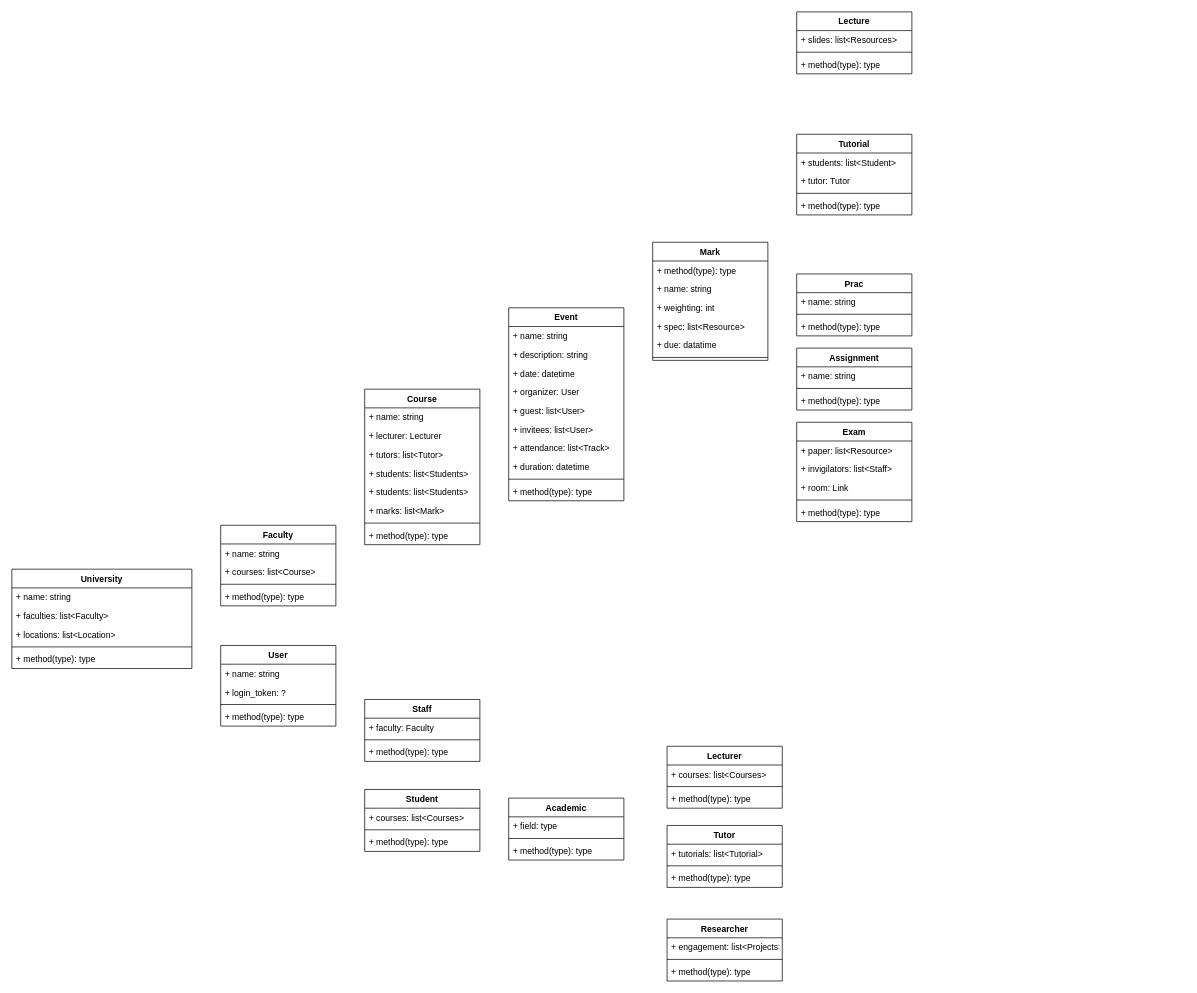
The draw.io diagram code/gpr.drawio in FaizAther/GPR-Analytics, before the edit. Source tidied: cells renumbered, new cells numbered last; positions are measured from the earlier drawing's top-left corner, leaving out a move shared by most shapes. Both pictures are drawn from the tidied source at 72%, with x=0, y=0 at pixel (12, 12).
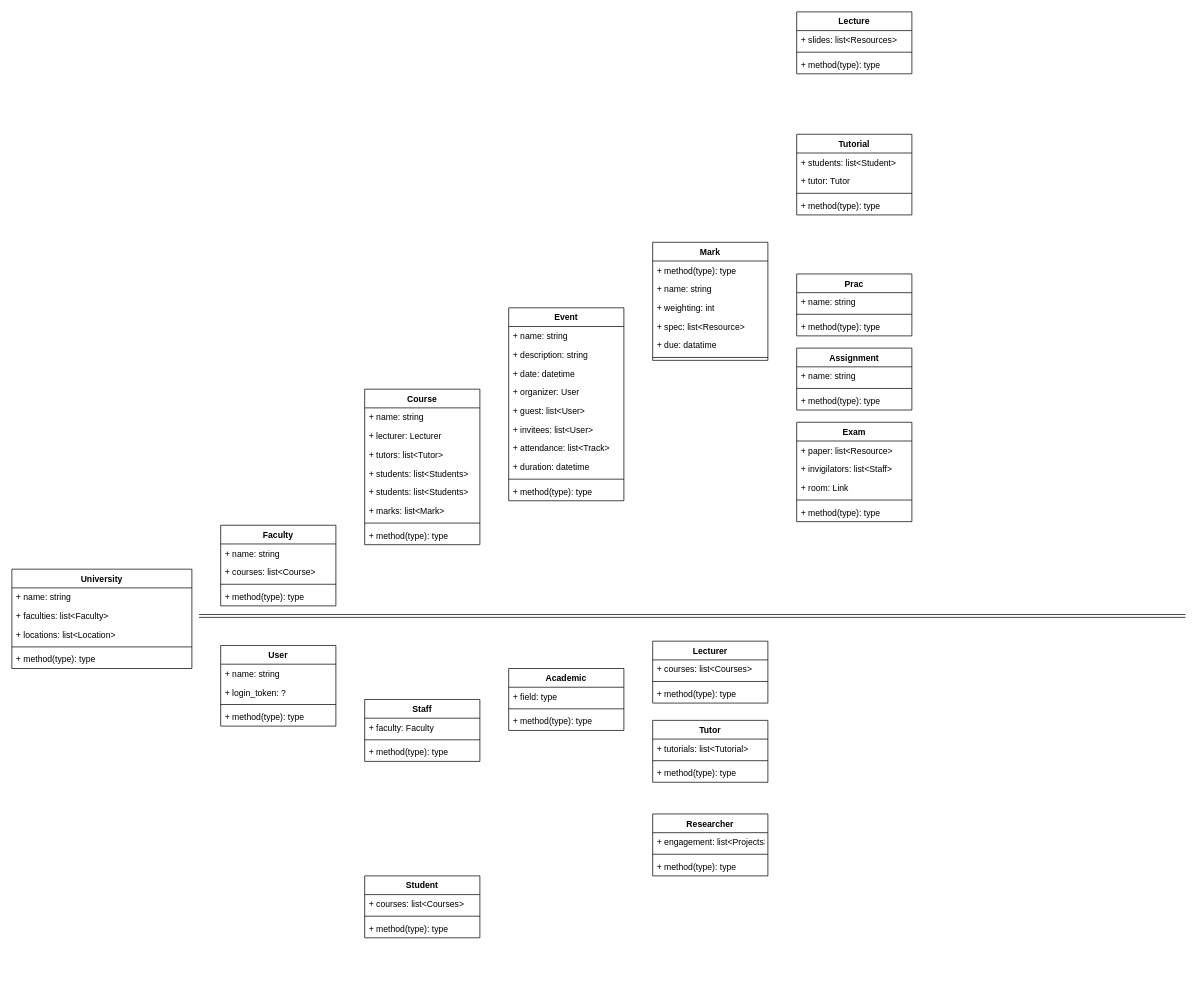
The same page after the edit.

Commit message (it also covers changes not shown here):
make more clean

Change to the diagram source:
```diff
@@
     <mxCell id="38" value="Researcher" style="swimlane;fontStyle=1;align=center;verticalAlign=top;horizontal=1;startSize=26;" parent="1" vertex="1">
-      <mxGeometry x="910" y="1260" width="160" height="86" as="geometry" />
+      <mxGeometry x="890" y="1114" width="160" height="86" as="geometry" />
     </mxCell>
@@
     <mxCell id="42" value="Academic" style="swimlane;fontStyle=1;align=center;verticalAlign=top;horizontal=1;startSize=26;" parent="1" vertex="1">
-      <mxGeometry x="690" y="1092" width="160" height="86" as="geometry" />
+      <mxGeometry x="690" y="912" width="160" height="86" as="geometry" />
     </mxCell>
@@
     <mxCell id="55" value="Lecturer" style="swimlane;fontStyle=1;align=center;verticalAlign=top;horizontal=1;startSize=26;" parent="1" vertex="1">
-      <mxGeometry x="910" y="1020" width="160" height="86" as="geometry" />
+      <mxGeometry x="890" y="874" width="160" height="86" as="geometry" />
     </mxCell>
@@
     <mxCell id="59" value="Student" style="swimlane;fontStyle=1;align=center;verticalAlign=top;horizontal=1;startSize=26;" parent="1" vertex="1">
-      <mxGeometry x="490" y="1080" width="160" height="86" as="geometry" />
+      <mxGeometry x="490" y="1200" width="160" height="86" as="geometry" />
     </mxCell>
@@
     <mxCell id="77" value="Tutor" style="swimlane;fontStyle=1;align=center;verticalAlign=top;horizontal=1;startSize=26;" parent="1" vertex="1">
-      <mxGeometry x="910" y="1130" width="160" height="86" as="geometry" />
+      <mxGeometry x="890" y="984" width="160" height="86" as="geometry" />
     </mxCell>
@@
+    <mxCell id="92" style="shape=link;html=1;" parent="1" edge="1">
+      <mxGeometry relative="1" as="geometry">
+        <mxPoint x="260" y="839" as="sourcePoint" />
+        <mxPoint x="1630" y="839" as="targetPoint" />
+      </mxGeometry>
+    </mxCell>
```
